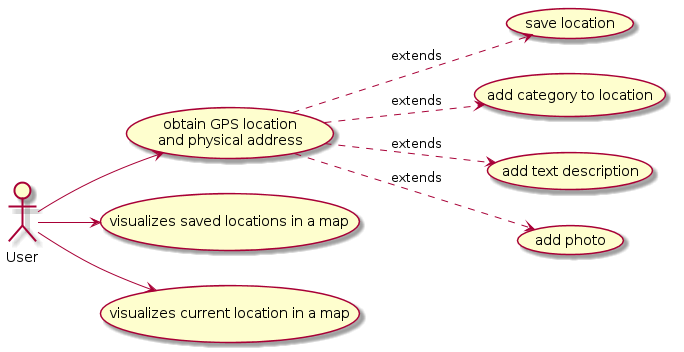
The PlantUML diagram UML/Diagrams/use_case.png in jpcarreira/MyLocations, before a commit.
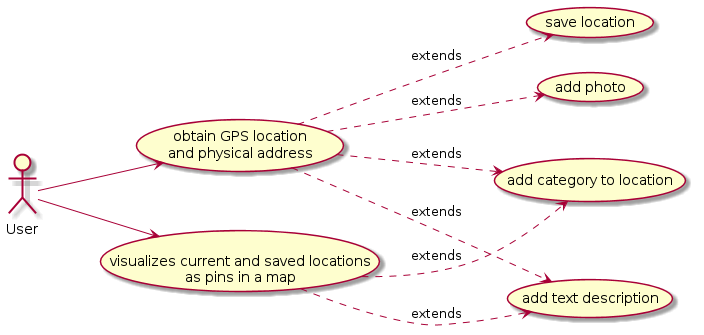
The same diagram one commit later.

Commit message:
updated use case diagram

Change to the diagram source:
```diff
@@ -1,10 +1,11 @@
 @startuml
 left to right direction
 User --> (obtain GPS location \nand physical address)
-User --> (visualizes saved locations in a map)
-User --> (visualizes current location in a map)
+User --> (visualizes current and saved locations \nas pins in a map)
 (obtain GPS location \nand physical address) ..> (save location) : extends
 (obtain GPS location \nand physical address) ..> (add category to location) : extends
 (obtain GPS location \nand physical address) ..> (add text description) : extends
 (obtain GPS location \nand physical address) ..> (add photo) : extends
+(visualizes current and saved locations \nas pins in a map) ..> (add category to location) : extends
+(visualizes current and saved locations \nas pins in a map) ..> (add text description) : extends
 @enduml
```
